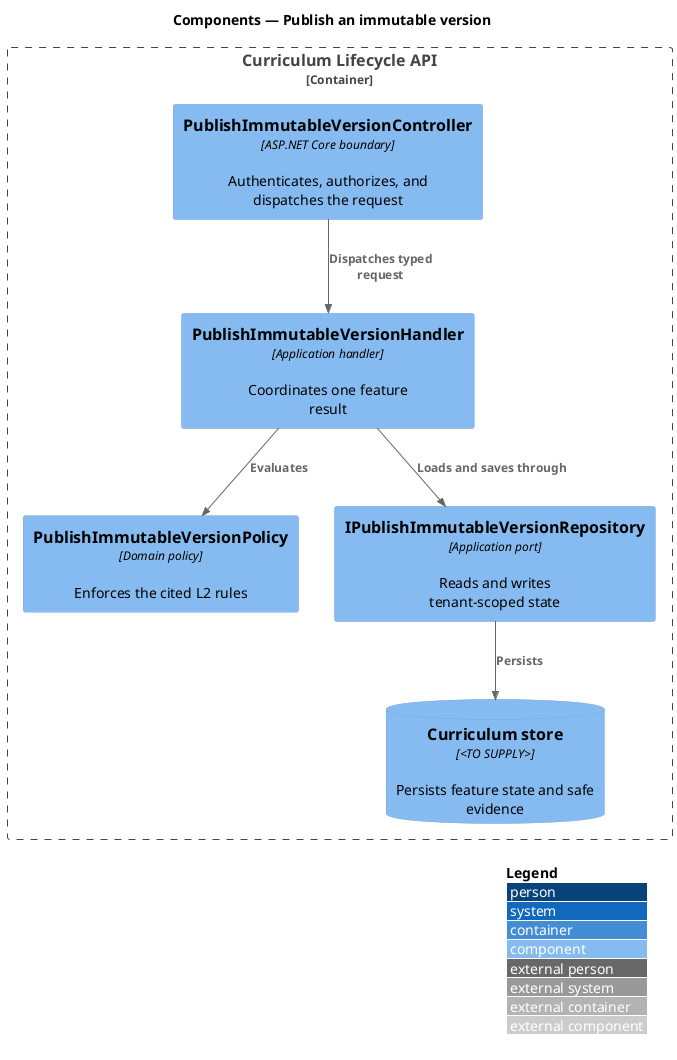
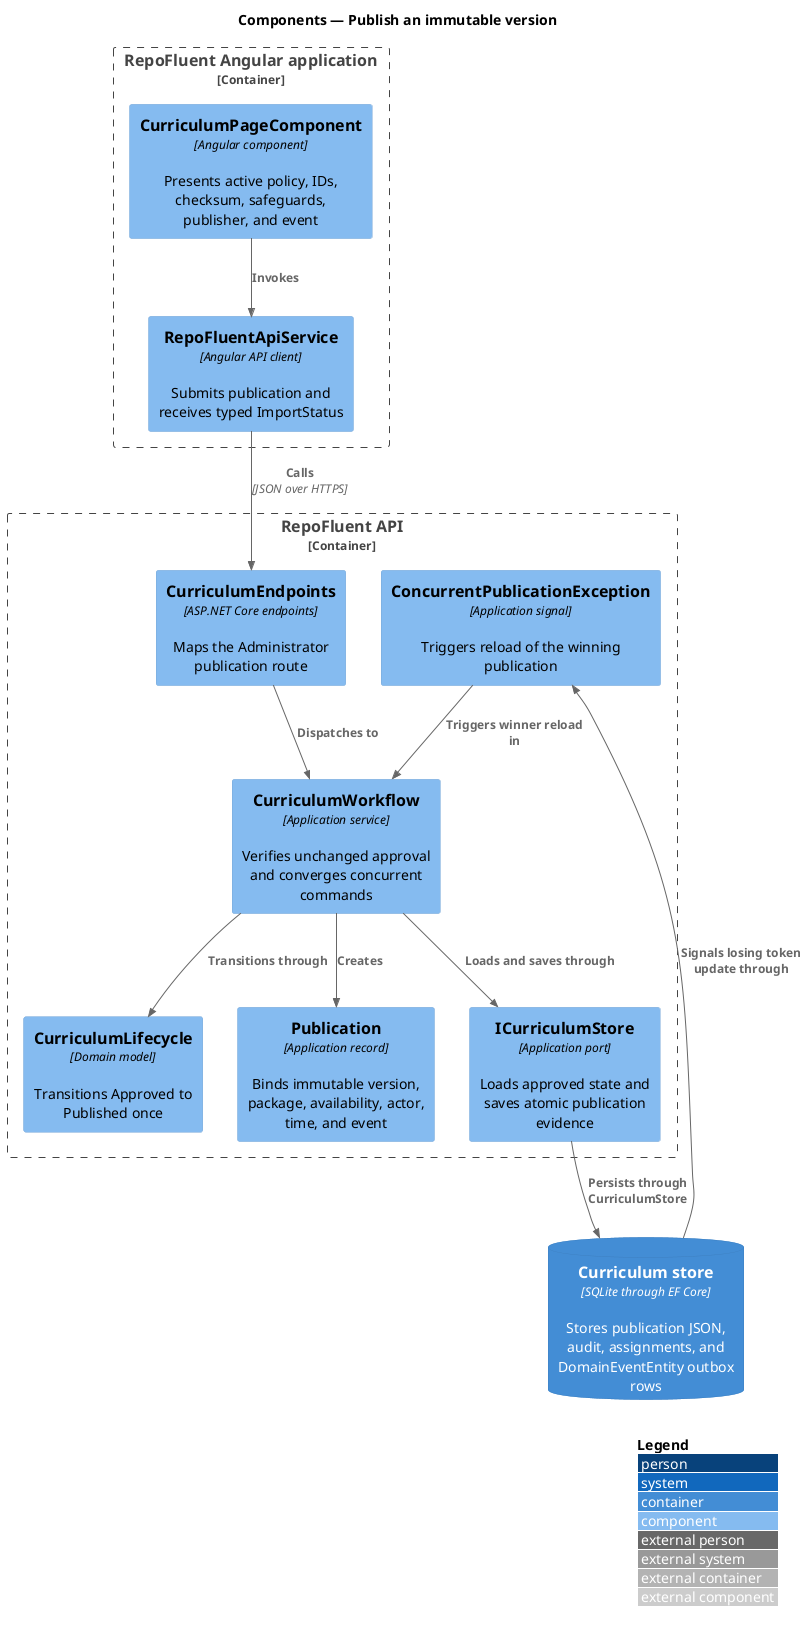
@startuml
!include <C4/C4_Component>
LAYOUT_WITH_LEGEND()
title Components — Publish an immutable version

- Container_Boundary(api, "Curriculum Lifecycle API") {
-   Component(controller, "PublishImmutableVersionController", "ASP.NET Core boundary", "Authenticates, authorizes, and dispatches the request")
-   Component(handler, "PublishImmutableVersionHandler", "Application handler", "Coordinates one feature result")
-   Component(policy, "PublishImmutableVersionPolicy", "Domain policy", "Enforces the cited L2 rules")
-   Component(repository, "IPublishImmutableVersionRepository", "Application port", "Reads and writes tenant-scoped state")
-   ComponentDb(store, "Curriculum store", "<TO SUPPLY>", "Persists feature state and safe evidence")
+ Container_Boundary(web, "RepoFluent Angular application") {
+   Component(page, "CurriculumPageComponent", "Angular component", "Presents active policy, IDs, checksum, safeguards, publisher, and event")
+   Component(client, "RepoFluentApiService", "Angular API client", "Submits publication and receives typed ImportStatus")
}

- Rel(controller, handler, "Dispatches typed request")
- Rel(handler, policy, "Evaluates")
- Rel(handler, repository, "Loads and saves through")
- Rel(repository, store, "Persists")
+ Container_Boundary(api, "RepoFluent API") {
+   Component(endpoints, "CurriculumEndpoints", "ASP.NET Core endpoints", "Maps the Administrator publication route")
+   Component(workflow, "CurriculumWorkflow", "Application service", "Verifies unchanged approval and converges concurrent commands")
+   Component(lifecycle, "CurriculumLifecycle", "Domain model", "Transitions Approved to Published once")
+   Component(publication, "Publication", "Application record", "Binds immutable version, package, availability, actor, time, and event")
+   Component(port, "ICurriculumStore", "Application port", "Loads approved state and saves atomic publication evidence")
+   Component(concurrency, "ConcurrentPublicationException", "Application signal", "Triggers reload of the winning publication")
+ }
+ 
+ ContainerDb(store, "Curriculum store", "SQLite through EF Core", "Stores publication JSON, audit, assignments, and DomainEventEntity outbox rows")
+ 
+ Rel(page, client, "Invokes")
+ Rel(client, endpoints, "Calls", "JSON over HTTPS")
+ Rel(endpoints, workflow, "Dispatches to")
+ Rel(workflow, lifecycle, "Transitions through")
+ Rel(workflow, publication, "Creates")
+ Rel(workflow, port, "Loads and saves through")
+ Rel(port, store, "Persists through CurriculumStore")
+ Rel(store, concurrency, "Signals losing token update through")
+ Rel(concurrency, workflow, "Triggers winner reload in")
@enduml
